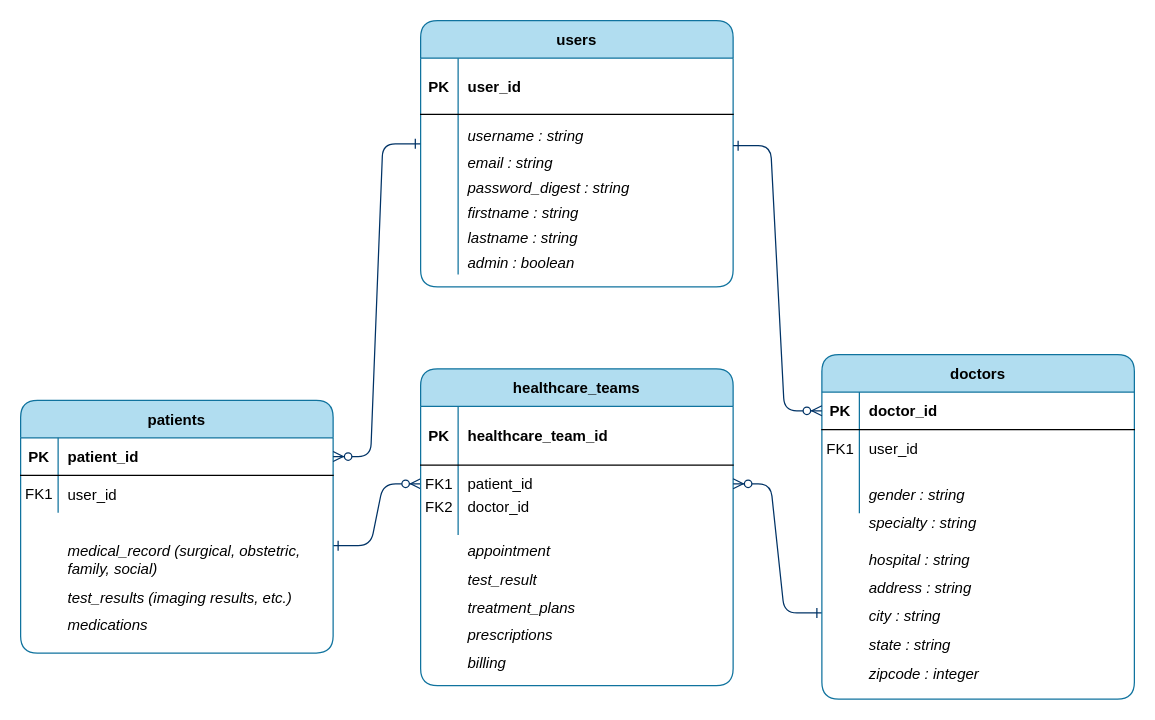
fentybit/PlanMyMDVisit keeps this draw.io diagram as PlanMyMDVisit.drawio. Above is the earlier version. Source tidied: cells renumbered, new cells numbered last; positions are measured from the earlier drawing's top-left corner, leaving out a move shared by most shapes. Both pictures are drawn from the tidied source at 125%, with x=0, y=0 at pixel (20, 20).
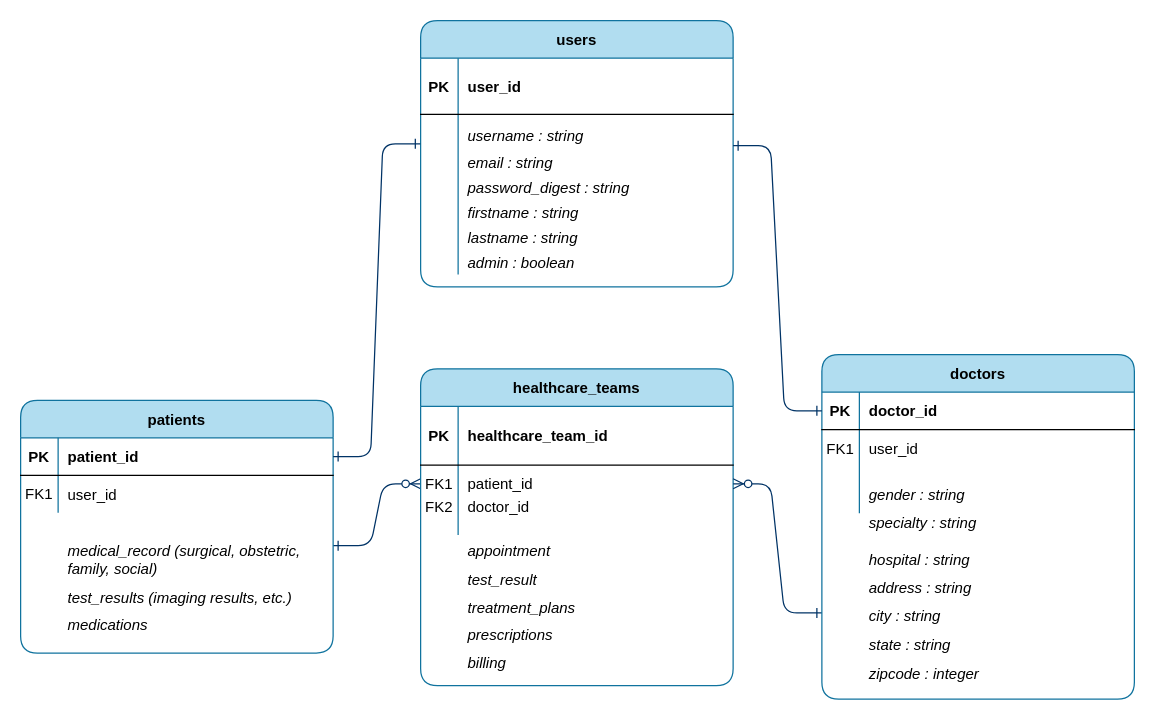
After the change.

The change refers to these unchanged cells:
```xml
<mxCell id="14" style="shape=partialRectangle;fillColor=none;points=[[0,0.5],[1,0.5]];portConstraint=eastwest;top=0;left=0;right=0;bottom=1;" parent="13" vertex="1">
  <mxGeometry y="30" width="250" height="30" as="geometry" />
</mxCell>
<mxCell id="23" style="shape=partialRectangle;fillColor=none;points=[[0,0.5],[1,0.5]];portConstraint=eastwest;top=0;left=0;right=0;bottom=1;" parent="22" vertex="1">
  <mxGeometry y="30" width="250" height="30" as="geometry" />
</mxCell>
<mxCell id="40" style="shape=partialRectangle;fillColor=none;points=[[0,0.5],[1,0.5]];portConstraint=eastwest;top=0;left=0;right=0;bottom=0;" parent="33" vertex="1">
  <mxGeometry y="105" width="250" height="98" as="geometry" />
</mxCell>
```

Diff of the diagram source:
```diff
@@
-    <mxCell id="43" style="edgeStyle=entityRelationEdgeStyle;endArrow=ERzeroToMany;startArrow=ERone;endFill=1;startFill=0;entryX=1;entryY=0.5;entryDx=0;entryDy=0;exitX=-0.001;exitY=-0.066;exitDx=0;exitDy=0;exitPerimeter=0;strokeColor=#003366;" parent="1" edge="1" source="40" target="14">
+    <mxCell id="43" style="edgeStyle=entityRelationEdgeStyle;endArrow=ERone;startArrow=ERone;endFill=0;startFill=0;entryX=1;entryY=0.5;entryDx=0;entryDy=0;exitX=-0.001;exitY=-0.066;exitDx=0;exitDy=0;exitPerimeter=0;strokeColor=#003366;" parent="1" edge="1" source="40" target="14">
       <mxGeometry relative="1" as="geometry" />
     </mxCell>
@@
-    <mxCell id="66" style="edgeStyle=entityRelationEdgeStyle;endArrow=ERzeroToMany;startArrow=ERone;endFill=1;startFill=0;entryX=0;entryY=0.5;entryDx=0;entryDy=0;strokeColor=#003366;" parent="1" edge="1" target="23">
+    <mxCell id="66" style="edgeStyle=entityRelationEdgeStyle;endArrow=ERone;startArrow=ERone;endFill=0;startFill=0;entryX=0;entryY=0.5;entryDx=0;entryDy=0;strokeColor=#003366;" parent="1" edge="1" target="23">
       <mxGeometry relative="1" as="geometry">
         <mxPoint x="570" y="100" as="sourcePoint" />
       </mxGeometry>
     </mxCell>
```
